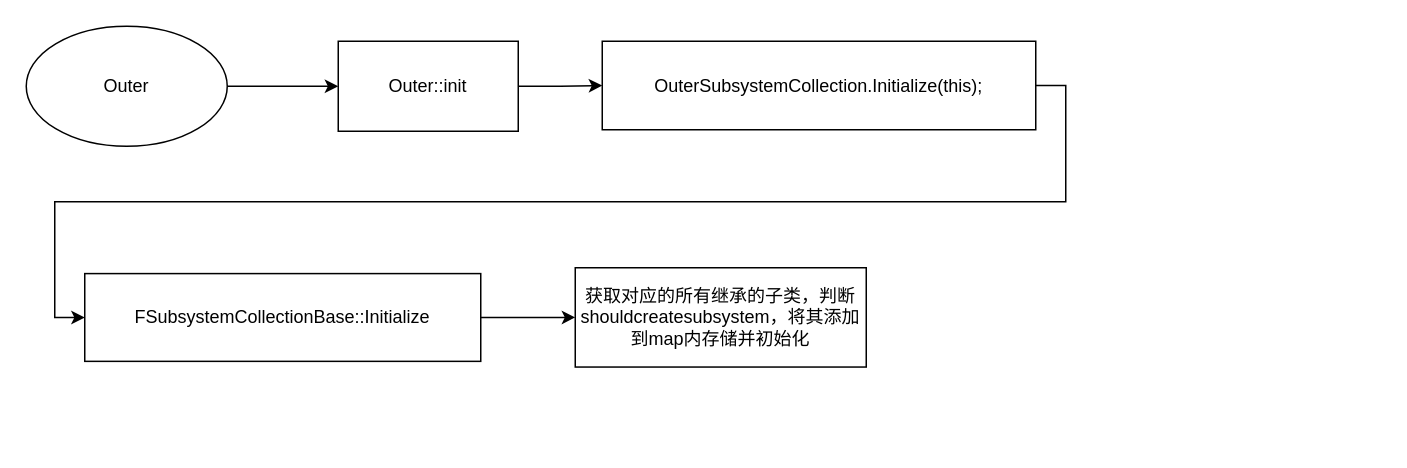
Above: Subsystem.drawio in whukxggx/draw (draw.io), before the change. Source tidied: cells renumbered, new cells numbered last; positions are measured from the earlier drawing's top-left corner, leaving out a move shared by most shapes. Both pictures are drawn from the tidied source at 150%, with x=0, y=0 at pixel (26, 26).
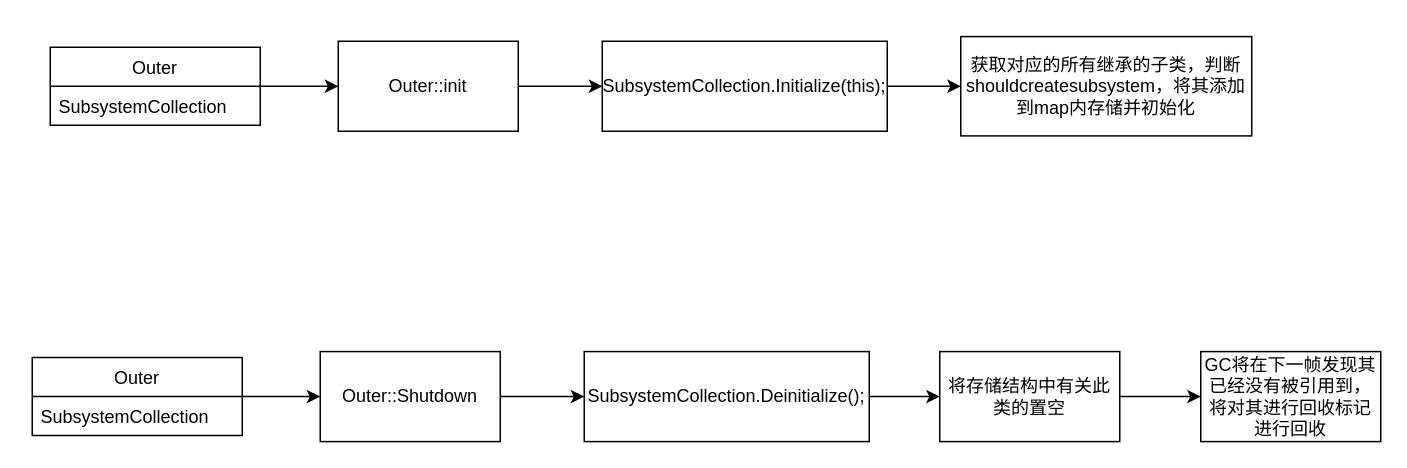
The same diagram, later.

Change to the diagram source:
```diff
@@
 <mxGraphModel>
   <root>
     <mxCell id="0" />
     <mxCell id="1" parent="0" />
     <mxCell id="2" style="edgeStyle=orthogonalEdgeStyle;rounded=0;jettySize=auto;html=1;exitX=1;exitY=0.5;exitDx=0;exitDy=0;entryX=0;entryY=0.5;entryDx=0;entryDy=0;" parent="1" edge="1" source="3" target="7">
       <mxGeometry relative="1" as="geometry" />
     </mxCell>
     <mxCell id="3" value="Outer::init" style="rounded=0;whiteSpace=wrap;html=1;" parent="1" vertex="1">
       <mxGeometry x="208" y="10" width="120" height="60" as="geometry" />
     </mxCell>
-    <mxCell id="4" style="edgeStyle=orthogonalEdgeStyle;rounded=0;jettySize=auto;html=1;" parent="1" edge="1" source="5" target="3">
-      <mxGeometry relative="1" as="geometry" />
-    </mxCell>
-    <mxCell id="5" value="Outer" style="ellipse;whiteSpace=wrap;html=1;" parent="1" vertex="1">
-      <mxGeometry width="134" height="80" as="geometry" />
-    </mxCell>
-    <mxCell id="6" style="edgeStyle=orthogonalEdgeStyle;rounded=0;jettySize=auto;html=1;exitX=1;exitY=0.5;exitDx=0;exitDy=0;entryX=0;entryY=0.5;entryDx=0;entryDy=0;" parent="1" edge="1" source="7" target="9">
-      <mxGeometry relative="1" as="geometry" />
-    </mxCell>
+    <mxCell id="11" style="edgeStyle=orthogonalEdgeStyle;rounded=0;jettySize=auto;html=1;exitX=1;exitY=0.5;exitDx=0;exitDy=0;entryX=0;entryY=0.5;entryDx=0;entryDy=0;" parent="1" edge="1" source="7" target="10">
+      <mxGeometry relative="1" as="geometry" />
+    </mxCell>
-    <mxCell id="7" value="OuterSubsystemCollection.Initialize(this);" style="rounded=0;whiteSpace=wrap;html=1;" parent="1" vertex="1">
-      <mxGeometry x="384" y="10" width="289" height="59" as="geometry" />
+    <mxCell id="7" value="SubsystemCollection.Initialize(this);" style="rounded=0;whiteSpace=wrap;html=1;" parent="1" vertex="1">
+      <mxGeometry x="384" y="10" width="190" height="60" as="geometry" />
     </mxCell>
-    <mxCell id="8" style="edgeStyle=orthogonalEdgeStyle;rounded=0;jettySize=auto;html=1;" parent="1" edge="1" source="9" target="10">
-      <mxGeometry relative="1" as="geometry" />
-    </mxCell>
-    <mxCell id="9" value="FSubsystemCollectionBase::Initialize" style="rounded=0;whiteSpace=wrap;html=1;" parent="1" vertex="1">
-      <mxGeometry x="39" y="164.9" width="264" height="58.5" as="geometry" />
-    </mxCell>
     <mxCell id="10" value="获取对应的所有继承的子类，判断shouldcreatesubsystem，将其添加到map内存储并初始化" style="whiteSpace=wrap;html=1;rounded=0;" parent="1" vertex="1">
-      <mxGeometry x="366" y="161" width="194" height="66.2" as="geometry" />
+      <mxGeometry x="623" y="6.9" width="194" height="66.2" as="geometry" />
     </mxCell>
+    <mxCell id="12" style="edgeStyle=orthogonalEdgeStyle;rounded=0;jettySize=auto;html=1;entryX=0;entryY=0.5;entryDx=0;entryDy=0;" parent="1" edge="1" source="13" target="3">
+      <mxGeometry relative="1" as="geometry" />
+    </mxCell>
+    <mxCell id="13" value="Outer" style="swimlane;fontStyle=0;horizontal=1;startSize=26;fillColor=none;" parent="1" vertex="1">
+      <mxGeometry x="16" y="14" width="140" height="52" as="geometry" />
+    </mxCell>
+    <mxCell id="14" value="SubsystemCollection" style="text;strokeColor=none;fillColor=none;align=left;verticalAlign=top;spacingLeft=4;spacingRight=4;overflow=hidden;" parent="13" vertex="1">
+      <mxGeometry y="26" width="140" height="26" as="geometry" />
+    </mxCell>
+    <mxCell id="15" style="edgeStyle=orthogonalEdgeStyle;rounded=0;jettySize=auto;html=1;exitX=1;exitY=0.5;exitDx=0;exitDy=0;entryX=0;entryY=0.5;entryDx=0;entryDy=0;" parent="1" edge="1" source="16" target="18">
+      <mxGeometry relative="1" as="geometry" />
+    </mxCell>
+    <mxCell id="16" value="Outer::Shutdown" style="rounded=0;whiteSpace=wrap;html=1;" parent="1" vertex="1">
+      <mxGeometry x="196" y="216.9" width="120" height="60" as="geometry" />
+    </mxCell>
+    <mxCell id="17" style="edgeStyle=orthogonalEdgeStyle;rounded=0;jettySize=auto;html=1;exitX=1;exitY=0.5;exitDx=0;exitDy=0;" parent="1" edge="1" source="18" target="23">
+      <mxGeometry relative="1" as="geometry" />
+    </mxCell>
+    <mxCell id="18" value="SubsystemCollection.Deinitialize();" style="rounded=0;whiteSpace=wrap;html=1;" parent="1" vertex="1">
+      <mxGeometry x="372" y="216.9" width="190" height="60" as="geometry" />
+    </mxCell>
+    <mxCell id="19" style="edgeStyle=orthogonalEdgeStyle;rounded=0;jettySize=auto;html=1;entryX=0;entryY=0.5;entryDx=0;entryDy=0;" parent="1" edge="1" source="20" target="16">
+      <mxGeometry relative="1" as="geometry" />
+    </mxCell>
+    <mxCell id="20" value="Outer" style="swimlane;fontStyle=0;horizontal=1;startSize=26;fillColor=none;" parent="1" vertex="1">
+      <mxGeometry x="4" y="220.9" width="140" height="52" as="geometry" />
+    </mxCell>
+    <mxCell id="21" value="SubsystemCollection" style="text;strokeColor=none;fillColor=none;align=left;verticalAlign=top;spacingLeft=4;spacingRight=4;overflow=hidden;" parent="20" vertex="1">
+      <mxGeometry y="26" width="140" height="26" as="geometry" />
+    </mxCell>
+    <mxCell id="22" style="edgeStyle=orthogonalEdgeStyle;rounded=0;jettySize=auto;html=1;exitX=1;exitY=0.5;exitDx=0;exitDy=0;entryX=0;entryY=0.5;entryDx=0;entryDy=0;" parent="1" edge="1" source="23" target="24">
+      <mxGeometry relative="1" as="geometry" />
+    </mxCell>
+    <mxCell id="23" value="将存储结构中有关此类的置空" style="rounded=0;whiteSpace=wrap;html=1;" parent="1" vertex="1">
+      <mxGeometry x="609" y="216.9" width="120" height="60" as="geometry" />
+    </mxCell>
+    <mxCell id="24" value="GC将在下一帧发现其已经没有被引用到，将对其进行回收标记进行回收" style="rounded=0;whiteSpace=wrap;html=1;" parent="1" vertex="1">
+      <mxGeometry x="783" y="216.9" width="120" height="60" as="geometry" />
+    </mxCell>
   </root>
 </mxGraphModel>
```
